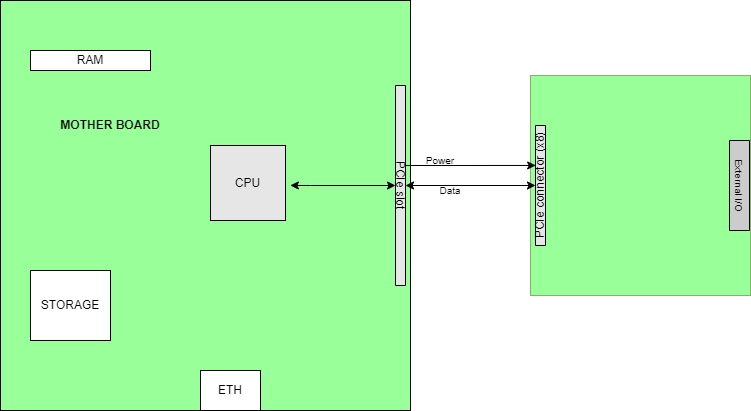
belanasaikiran/FlowCharts keeps this draw.io diagram as Motherboard Integration.drawio.png. Above is the earlier version. Source tidied: cells renumbered, new cells last; positions are measured from the earlier drawing's top-left corner, leaving out a move shared by most shapes. Its diagram source:
```xml
<mxGraphModel>
  <root>
    <mxCell id="0" />
    <mxCell id="1" parent="0" />
    <mxCell id="2" style="whiteSpace=wrap;html=1;fillColor=#99FF99;" parent="1" vertex="1">
      <mxGeometry width="410" height="410" as="geometry" />
    </mxCell>
    <mxCell id="3" value="CPU" style="whiteSpace=wrap;html=1;fillColor=#E6E6E6;" parent="1" vertex="1">
      <mxGeometry x="210" y="145" width="75" height="75" as="geometry" />
    </mxCell>
    <mxCell id="4" value="PCIe slot" style="rounded=0;whiteSpace=wrap;html=1;fillColor=#E6E6E6;direction=west;rotation=90;" parent="1" vertex="1">
      <mxGeometry x="300" y="180" width="200" height="10" as="geometry" />
    </mxCell>
    <mxCell id="5" style="whiteSpace=wrap;html=1;fillColor=#99FF99;strokeColor=#82b366;" parent="1" vertex="1">
      <mxGeometry x="530" y="75" width="220" height="220" as="geometry" />
    </mxCell>
    <mxCell id="6" value="PCIe connector (x8)" style="rounded=0;whiteSpace=wrap;html=1;fillColor=#e6e6e6;rotation=-90;" parent="1" vertex="1">
      <mxGeometry x="480" y="180" width="120" height="10" as="geometry" />
    </mxCell>
    <mxCell id="7" style="endArrow=classic;startArrow=classic;html=1;rounded=0;exitX=0.5;exitY=1;exitDx=0;exitDy=0;entryX=0.5;entryY=0;entryDx=0;entryDy=0;" parent="1" edge="1" source="4" target="6">
      <mxGeometry relative="1" as="geometry" />
    </mxCell>
    <mxCell id="8" style="endArrow=classic;html=1;rounded=0;fontSize=10;entryX=0.667;entryY=0.016;entryDx=0;entryDy=0;entryPerimeter=0;exitX=0.6;exitY=1.046;exitDx=0;exitDy=0;exitPerimeter=0;" parent="1" edge="1" source="4" target="6">
      <mxGeometry relative="1" as="geometry" />
    </mxCell>
    <mxCell id="9" value="Power" style="text;html=1;strokeColor=none;fillColor=none;align=center;verticalAlign=middle;whiteSpace=wrap;rounded=0;shadow=0;fontSize=10;" parent="1" vertex="1">
      <mxGeometry x="410" y="145" width="60" height="30" as="geometry" />
    </mxCell>
    <mxCell id="10" value="Data" style="text;html=1;strokeColor=none;fillColor=none;align=center;verticalAlign=middle;whiteSpace=wrap;rounded=0;shadow=0;fontSize=10;" parent="1" vertex="1">
      <mxGeometry x="420" y="175" width="60" height="30" as="geometry" />
    </mxCell>
    <mxCell id="11" value="External I/O" style="rounded=0;whiteSpace=wrap;html=1;shadow=0;fontSize=10;fillColor=#CCCCCC;rotation=90;" parent="1" vertex="1">
      <mxGeometry x="694" y="175" width="90" height="20" as="geometry" />
    </mxCell>
    <mxCell id="12" style="endArrow=classic;startArrow=classic;html=1;rounded=0;fontSize=10;entryX=0.5;entryY=0;entryDx=0;entryDy=0;exitX=0.707;exitY=0.451;exitDx=0;exitDy=0;exitPerimeter=0;" parent="1" edge="1" source="2" target="4">
      <mxGeometry relative="1" as="geometry">
        <Array as="points">
          <mxPoint x="310" y="185" />
        </Array>
      </mxGeometry>
    </mxCell>
    <mxCell id="13" value="RAM" style="rounded=0;whiteSpace=wrap;html=1;" parent="1" vertex="1">
      <mxGeometry x="30" y="50" width="120" height="20" as="geometry" />
    </mxCell>
    <mxCell id="14" value="STORAGE&lt;br&gt;" style="rounded=0;whiteSpace=wrap;html=1;" parent="1" vertex="1">
      <mxGeometry x="30" y="270" width="80" height="70" as="geometry" />
    </mxCell>
    <mxCell id="15" value="ETH" style="rounded=0;whiteSpace=wrap;html=1;" parent="1" vertex="1">
      <mxGeometry x="200" y="370" width="60" height="40" as="geometry" />
    </mxCell>
    <mxCell id="16" value="MOTHER BOARD" style="text;html=1;strokeColor=none;fillColor=none;align=center;verticalAlign=middle;whiteSpace=wrap;rounded=0;fontStyle=1;" parent="1" vertex="1">
      <mxGeometry x="30" y="110" width="160" height="30" as="geometry" />
    </mxCell>
  </root>
</mxGraphModel>
```
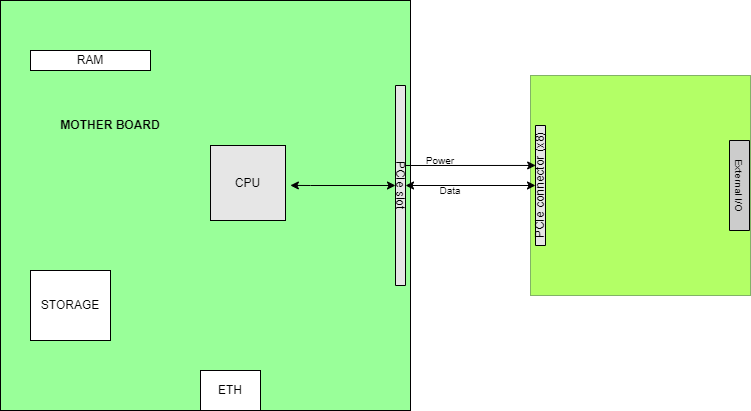
The same diagram one commit later.

The edit, as a diff of the source:
```diff
@@ -11,7 +11,7 @@
     <mxCell id="4" value="PCIe slot" style="rounded=0;whiteSpace=wrap;html=1;fillColor=#E6E6E6;direction=west;rotation=90;" parent="1" vertex="1">
       <mxGeometry x="300" y="180" width="200" height="10" as="geometry" />
     </mxCell>
-    <mxCell id="5" style="whiteSpace=wrap;html=1;fillColor=#99FF99;strokeColor=#82b366;" parent="1" vertex="1">
+    <mxCell id="5" style="whiteSpace=wrap;html=1;fillColor=#B3FF66;strokeColor=#82b366;" parent="1" vertex="1">
       <mxGeometry x="530" y="75" width="220" height="220" as="geometry" />
     </mxCell>
     <mxCell id="6" value="PCIe connector (x8)" style="rounded=0;whiteSpace=wrap;html=1;fillColor=#e6e6e6;rotation=-90;" parent="1" vertex="1">
```
